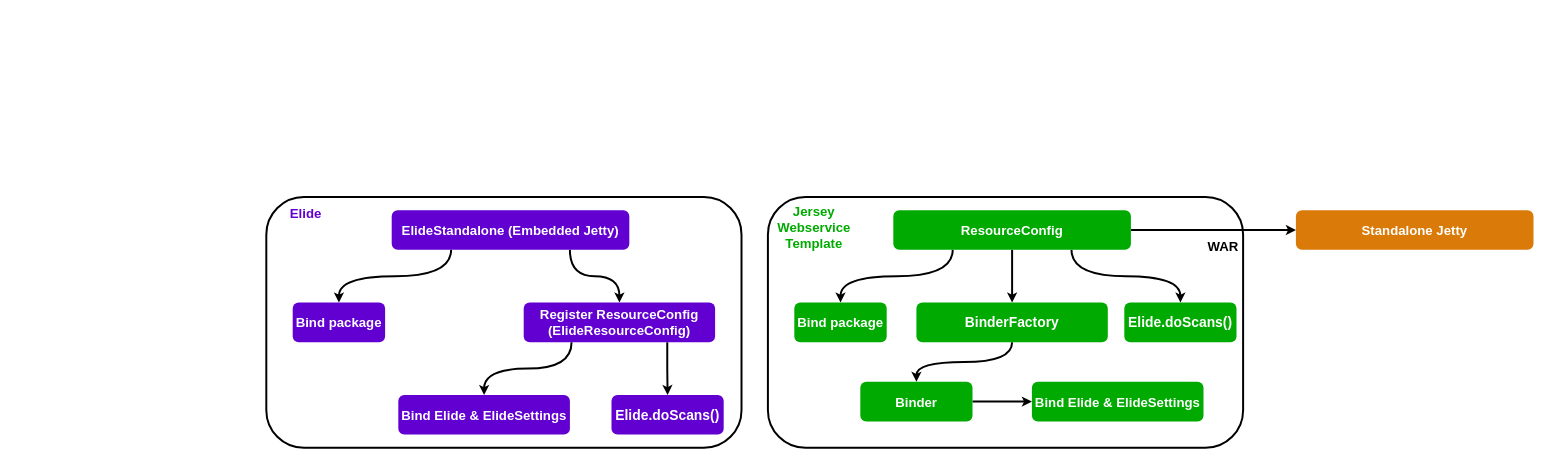
QubitPi/jersey-webservice-template keeps this draw.io diagram as docs/docs/img/resource-binding.drawio. Above is the earlier version. Source tidied: cells renumbered, new cells numbered last; positions are measured from the earlier drawing's top-left corner, leaving out a move shared by most shapes. Both pictures are drawn from the tidied source at 66%, with x=0, y=0 at pixel (266, 197).
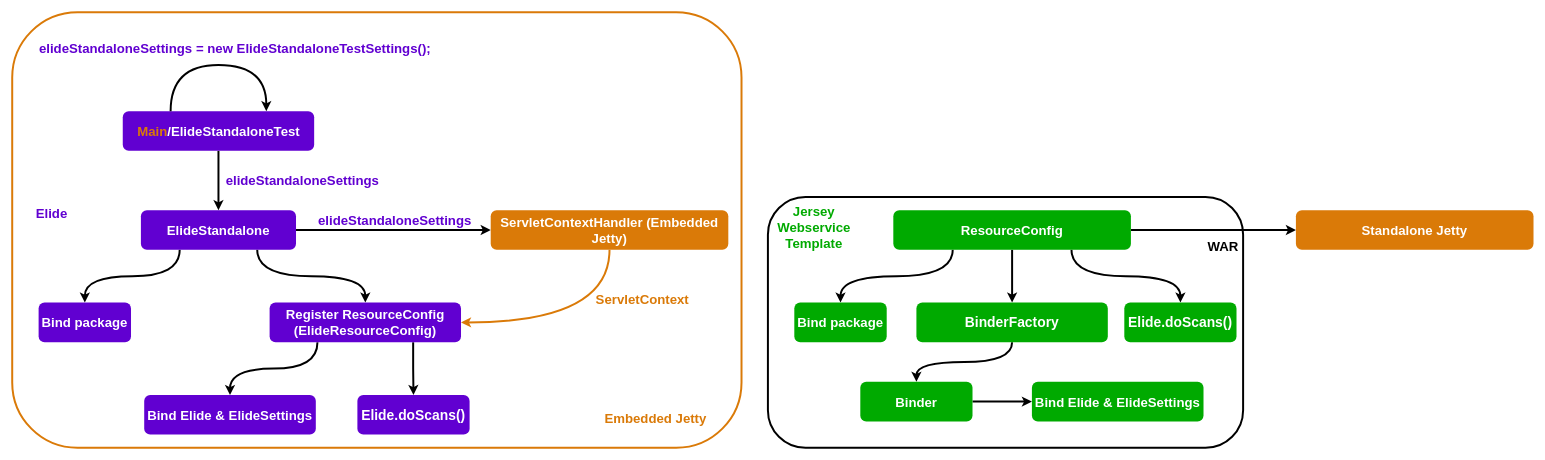
Above is the later version.

Diff of the diagram source:
```diff
@@
-    <mxCell id="2" style="rounded=1;whiteSpace=wrap;html=1;fillColor=none;strokeWidth=3;" parent="1" vertex="1">
-      <mxGeometry width="720" height="380" as="geometry" />
+    <mxCell id="2" style="rounded=1;whiteSpace=wrap;html=1;fillColor=none;strokeWidth=3;strokeColor=#DA7A08;" parent="1" vertex="1">
+      <mxGeometry x="-385" y="-280" width="1105" height="660" as="geometry" />
     </mxCell>
@@
+    <mxCell id="29" style="edgeStyle=orthogonalEdgeStyle;rounded=0;jettySize=auto;html=1;exitX=1;exitY=0.5;exitDx=0;exitDy=0;curved=1;strokeWidth=3;" parent="1" edge="1" source="6" target="32">
+      <mxGeometry relative="1" as="geometry" />
+    </mxCell>
-    <mxCell id="6" value="&lt;b style=&quot;border-color: var(--border-color); font-family: Ubuntu; font-size: 20px;&quot;&gt;ElideStandalone (Embedded Jetty)&lt;/b&gt;" style="rounded=1;whiteSpace=wrap;html=1;strokeWidth=3;fillColor=#6100D1;strokeColor=none;fontColor=#FFFFFF;" parent="1" vertex="1">
-      <mxGeometry x="190" y="20" width="360" height="60" as="geometry" />
+    <mxCell id="6" value="&lt;b style=&quot;border-color: var(--border-color); font-family: Ubuntu; font-size: 20px;&quot;&gt;ElideStandalone&lt;/b&gt;" style="rounded=1;whiteSpace=wrap;html=1;strokeWidth=3;fillColor=#6100D1;strokeColor=none;fontColor=#FFFFFF;" parent="1" vertex="1">
+      <mxGeometry x="-190" y="20" width="235" height="60" as="geometry" />
     </mxCell>
     <mxCell id="7" value="&lt;font face=&quot;Ubuntu&quot;&gt;&lt;span style=&quot;font-size: 20px;&quot;&gt;&lt;b&gt;Bind package&lt;/b&gt;&lt;/span&gt;&lt;/font&gt;" style="rounded=1;whiteSpace=wrap;html=1;strokeWidth=3;fillColor=#6100D1;strokeColor=none;fontColor=#FFFFFF;" parent="1" vertex="1">
-      <mxGeometry x="40" y="160" width="140" height="60" as="geometry" />
+      <mxGeometry x="-345" y="160" width="140" height="60" as="geometry" />
     </mxCell>
@@
     <mxCell id="9" value="&lt;font face=&quot;Ubuntu&quot;&gt;&lt;span style=&quot;font-size: 20px;&quot;&gt;&lt;b&gt;Register ResourceConfig&lt;br&gt;(ElideResourceConfig)&lt;br&gt;&lt;/b&gt;&lt;/span&gt;&lt;/font&gt;" style="rounded=1;whiteSpace=wrap;html=1;strokeWidth=3;fillColor=#6100D1;strokeColor=none;fontColor=#FFFFFF;" parent="1" vertex="1">
-      <mxGeometry x="390" y="160" width="290" height="60" as="geometry" />
+      <mxGeometry x="5" y="160" width="290" height="60" as="geometry" />
     </mxCell>
     <mxCell id="10" value="&lt;font face=&quot;Ubuntu&quot;&gt;&lt;span style=&quot;font-size: 20px;&quot;&gt;&lt;b&gt;Bind Elide &amp;amp; ElideSettings&lt;br&gt;&lt;/b&gt;&lt;/span&gt;&lt;/font&gt;" style="rounded=1;whiteSpace=wrap;html=1;strokeWidth=3;fillColor=#6100D1;strokeColor=none;fontColor=#FFFFFF;" parent="1" vertex="1">
-      <mxGeometry x="200" y="300" width="260" height="60" as="geometry" />
+      <mxGeometry x="-185" y="300" width="260" height="60" as="geometry" />
     </mxCell>
     <mxCell id="11" value="&lt;font style=&quot;font-size: 21px;&quot; face=&quot;Ubuntu&quot;&gt;&lt;b&gt;&lt;span style=&quot;&quot;&gt;Elide.&lt;/span&gt;doScans()&lt;/b&gt;&lt;/font&gt;" style="rounded=1;whiteSpace=wrap;html=1;strokeWidth=3;fillColor=#6100D1;strokeColor=none;fontColor=#FFFFFF;" parent="1" vertex="1">
-      <mxGeometry x="523" y="300" width="170" height="60" as="geometry" />
+      <mxGeometry x="138" y="300" width="170" height="60" as="geometry" />
     </mxCell>
@@
     <mxCell id="27" value="&lt;font style=&quot;font-size: 20px;&quot; face=&quot;Ubuntu&quot; color=&quot;#6100d1&quot;&gt;&lt;b&gt;Elide&lt;/b&gt;&lt;/font&gt;" style="text;html=1;strokeColor=none;fillColor=none;align=center;verticalAlign=middle;whiteSpace=wrap;rounded=0;" parent="1" vertex="1">
-      <mxGeometry x="30" y="10" width="60" height="30" as="geometry" />
+      <mxGeometry x="-355" y="10" width="60" height="30" as="geometry" />
     </mxCell>
@@
+    <mxCell id="30" value="&lt;font size=&quot;1&quot; face=&quot;Ubuntu&quot; color=&quot;#da7a08&quot;&gt;&lt;b style=&quot;font-size: 20px;&quot;&gt;Embedded Jetty&lt;/b&gt;&lt;/font&gt;" style="text;html=1;strokeColor=none;fillColor=none;align=center;verticalAlign=middle;whiteSpace=wrap;rounded=0;" parent="1" vertex="1">
+      <mxGeometry x="480" y="320" width="220" height="30" as="geometry" />
+    </mxCell>
+    <mxCell id="31" style="edgeStyle=orthogonalEdgeStyle;rounded=0;jettySize=auto;html=1;exitX=0.5;exitY=1;exitDx=0;exitDy=0;entryX=1;entryY=0.5;entryDx=0;entryDy=0;strokeWidth=3;strokeColor=#DA7A08;curved=1;" parent="1" edge="1" source="32" target="9">
+      <mxGeometry relative="1" as="geometry" />
+    </mxCell>
+    <mxCell id="32" value="&lt;b style=&quot;border-color: var(--border-color); font-family: Ubuntu; font-size: 20px;&quot;&gt;ServletContextHandler&amp;nbsp;(Embedded Jetty)&lt;/b&gt;" style="rounded=1;whiteSpace=wrap;html=1;strokeWidth=3;fillColor=#DA7A08;strokeColor=none;fontColor=#FFFFFF;" parent="1" vertex="1">
+      <mxGeometry x="340" y="20" width="360" height="60" as="geometry" />
+    </mxCell>
+    <mxCell id="33" value="&lt;div style=&quot;&quot;&gt;&lt;b style=&quot;border-color: var(--border-color); color: rgb(97, 0, 209); font-family: Ubuntu; font-size: 20px;&quot;&gt;elideStandaloneSettings&lt;/b&gt;&lt;br&gt;&lt;/div&gt;" style="text;html=1;strokeColor=none;fillColor=none;align=center;verticalAlign=middle;whiteSpace=wrap;rounded=0;" parent="1" vertex="1">
+      <mxGeometry x="60" y="20" width="270" height="30" as="geometry" />
+    </mxCell>
+    <mxCell id="34" style="edgeStyle=orthogonalEdgeStyle;rounded=0;jettySize=auto;html=1;exitX=0.5;exitY=1;exitDx=0;exitDy=0;strokeWidth=3;" parent="1" edge="1" source="35" target="6">
+      <mxGeometry relative="1" as="geometry" />
+    </mxCell>
+    <mxCell id="35" value="&lt;font face=&quot;Ubuntu&quot; style=&quot;font-size: 20px;&quot;&gt;&lt;b&gt;&lt;span style=&quot;border-color: var(--border-color);&quot;&gt;&lt;font color=&quot;#da7a08&quot;&gt;Main&lt;/font&gt;/&lt;/span&gt;ElideStandaloneTest&lt;/b&gt;&lt;/font&gt;" style="rounded=1;whiteSpace=wrap;html=1;strokeWidth=3;fillColor=#6100D1;strokeColor=none;fontColor=#FFFFFF;" parent="1" vertex="1">
+      <mxGeometry x="-217.5" y="-130" width="290" height="60" as="geometry" />
+    </mxCell>
+    <mxCell id="36" value="&lt;div style=&quot;&quot;&gt;&lt;b style=&quot;border-color: var(--border-color); color: rgb(97, 0, 209); font-family: Ubuntu; font-size: 20px;&quot;&gt;elideStandaloneSettings&lt;/b&gt;&lt;br&gt;&lt;/div&gt;" style="text;html=1;strokeColor=none;fillColor=none;align=center;verticalAlign=middle;whiteSpace=wrap;rounded=0;" parent="1" vertex="1">
+      <mxGeometry x="-80" y="-40" width="270" height="30" as="geometry" />
+    </mxCell>
+    <mxCell id="37" style="edgeStyle=orthogonalEdgeStyle;rounded=0;orthogonalLoop=1;jettySize=auto;html=1;exitX=0.25;exitY=0;exitDx=0;exitDy=0;entryX=0.75;entryY=0;entryDx=0;entryDy=0;strokeWidth=3;curved=1;" parent="1" edge="1" source="35" target="35">
+      <mxGeometry relative="1" as="geometry">
+        <Array as="points">
+          <mxPoint x="-145" y="-200" />
+          <mxPoint y="-200" />
+        </Array>
+      </mxGeometry>
+    </mxCell>
+    <mxCell id="38" value="&lt;b style=&quot;border-color: var(--border-color); color: rgb(97, 0, 209); font-family: Ubuntu; font-size: 20px;&quot;&gt;&lt;b style=&quot;border-color: var(--border-color);&quot;&gt;&amp;nbsp;elideStandaloneSettings =&amp;nbsp;&lt;/b&gt;new ElideStandaloneTestSettings();&lt;/b&gt;" style="text;html=1;strokeColor=none;fillColor=none;align=center;verticalAlign=middle;whiteSpace=wrap;rounded=0;" parent="1" vertex="1">
+      <mxGeometry x="-355" y="-240" width="610" height="30" as="geometry" />
+    </mxCell>
+    <mxCell id="39" value="&lt;font size=&quot;1&quot; face=&quot;Ubuntu&quot; color=&quot;#da7a08&quot;&gt;&lt;b style=&quot;font-size: 20px;&quot;&gt;ServletContext&lt;/b&gt;&lt;/font&gt;" style="text;html=1;strokeColor=none;fillColor=none;align=center;verticalAlign=middle;whiteSpace=wrap;rounded=0;" parent="1" vertex="1">
+      <mxGeometry x="460" y="140" width="220" height="30" as="geometry" />
+    </mxCell>
+    <mxCell id="40" style="edgeStyle=orthogonalEdgeStyle;rounded=0;orthogonalLoop=1;jettySize=auto;html=1;exitX=0.5;exitY=1;exitDx=0;exitDy=0;" parent="1" edge="1" source="30" target="30">
+      <mxGeometry relative="1" as="geometry" />
+    </mxCell>
```
